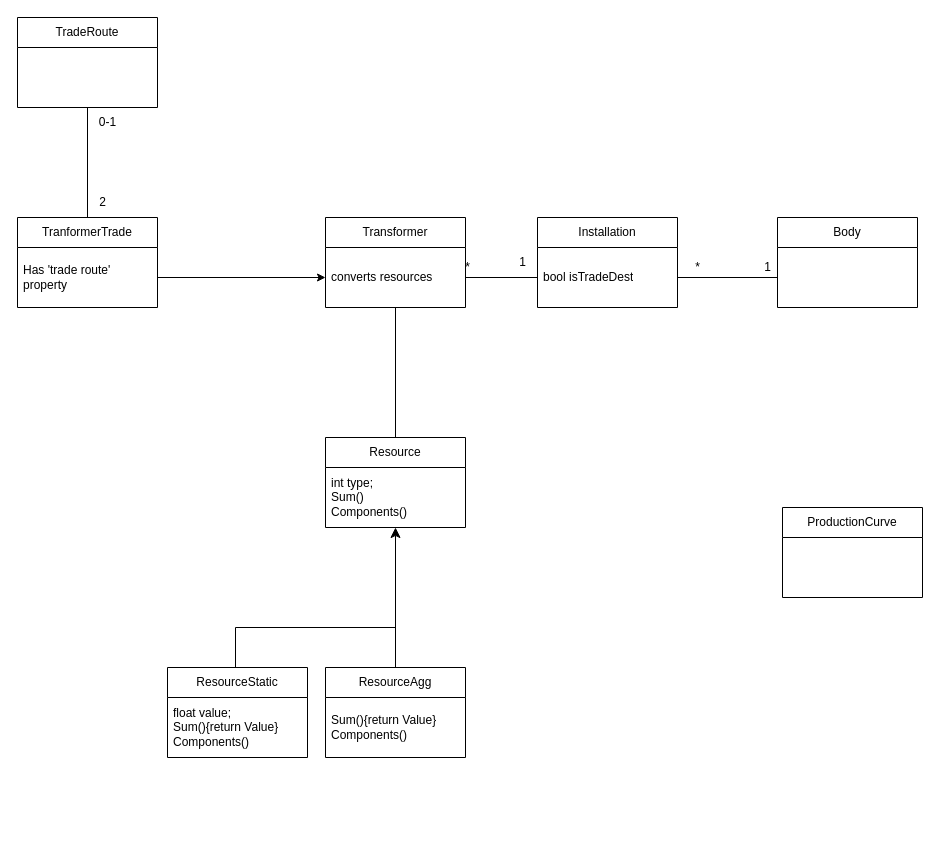
The draw.io diagram UML.drawio in CallumWalley/tradeTest, before the edit. Source tidied: cells renumbered, new cells numbered last; positions are measured from the earlier drawing's top-left corner, leaving out a move shared by most shapes. Both pictures are drawn from the tidied source at 100%, with x=0, y=0 at pixel (17, 17).
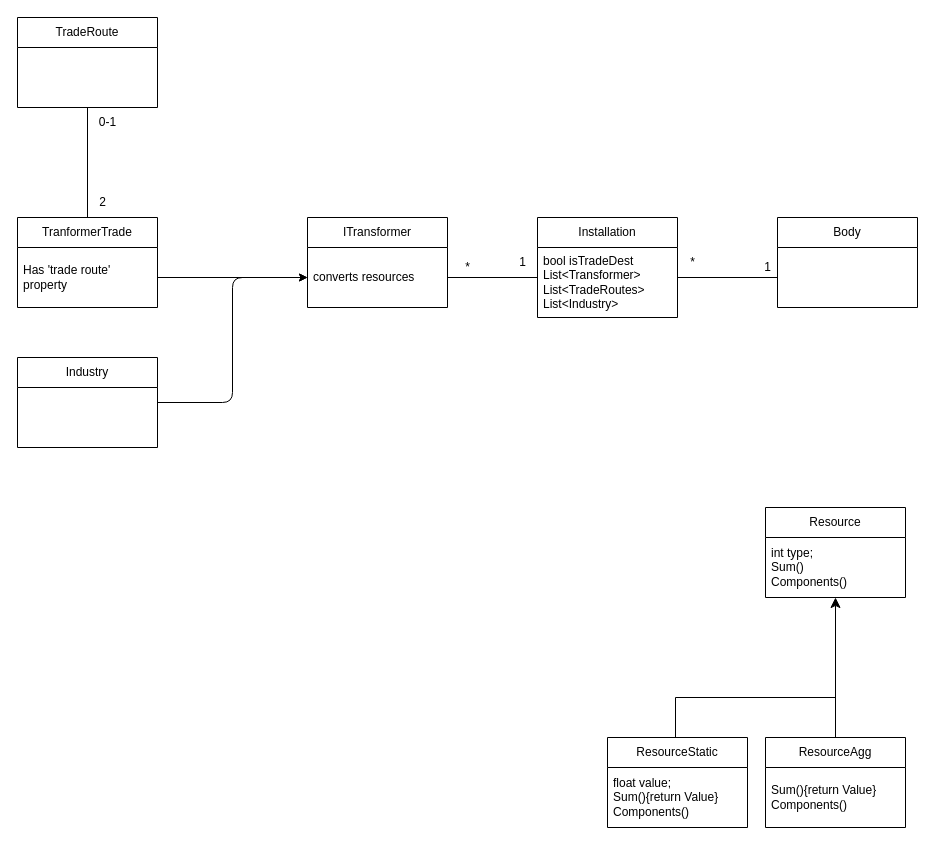
After the change.

Unchanged cells that the change refers to:
```xml
<mxCell id="17" value="converts resources" style="text;strokeColor=none;fillColor=none;align=left;verticalAlign=middle;spacingLeft=4;spacingRight=4;overflow=hidden;points=[[0,0.5],[1,0.5]];portConstraint=eastwest;whiteSpace=wrap;html=1;" parent="16" vertex="1">
  <mxGeometry y="30" width="140" height="60" as="geometry" />
</mxCell>
```

Change to the diagram source:
```diff
@@
-    <mxCell id="2" style="edgeStyle=none;html=1;exitX=0.5;exitY=0;exitDx=0;exitDy=0;endArrow=none;endFill=0;" parent="1" edge="1" source="3" target="17">
-      <mxGeometry relative="1" as="geometry" />
-    </mxCell>
     <mxCell id="3" value="Resource" style="swimlane;fontStyle=0;horizontal=1;startSize=30;whiteSpace=wrap;html=1;" parent="1" vertex="1">
-      <mxGeometry x="308" y="420" width="140" height="90" as="geometry" />
+      <mxGeometry x="748" y="490" width="140" height="90" as="geometry" />
     </mxCell>
@@
     <mxCell id="5" value="ResourceStatic" style="swimlane;fontStyle=0;horizontal=1;startSize=30;whiteSpace=wrap;html=1;" parent="1" vertex="1">
-      <mxGeometry x="150" y="650" width="140" height="90" as="geometry" />
+      <mxGeometry x="590" y="720" width="140" height="90" as="geometry" />
     </mxCell>
@@
     <mxCell id="7" value="ResourceAgg" style="swimlane;fontStyle=0;horizontal=1;startSize=30;whiteSpace=wrap;html=1;" parent="1" vertex="1">
-      <mxGeometry x="308" y="650" width="140" height="90" as="geometry" />
+      <mxGeometry x="748" y="720" width="140" height="90" as="geometry" />
     </mxCell>
@@
     <mxCell id="10" style="edgeStyle=elbowEdgeStyle;elbow=horizontal;endArrow=none;html=1;curved=0;rounded=0;endSize=8;startSize=8;exitX=0.5;exitY=0;exitDx=0;exitDy=0;endFill=0;" parent="1" edge="1" source="5">
       <mxGeometry relative="1" as="geometry">
-        <mxPoint x="378" y="610" as="targetPoint" />
+        <mxPoint x="818" y="680" as="targetPoint" />
         <Array as="points">
-          <mxPoint x="218" y="600" />
+          <mxPoint x="658" y="670" />
         </Array>
       </mxGeometry>
     </mxCell>
     <mxCell id="11" value="Installation" style="swimlane;fontStyle=0;horizontal=1;startSize=30;whiteSpace=wrap;html=1;" parent="1" vertex="1">
-      <mxGeometry x="520" y="200" width="140" height="90" as="geometry" />
+      <mxGeometry x="520" y="200" width="140" height="100" as="geometry" />
     </mxCell>
-    <mxCell id="12" value="bool isTradeDest" style="text;strokeColor=none;fillColor=none;align=left;verticalAlign=middle;spacingLeft=4;spacingRight=4;overflow=hidden;points=[[0,0.5],[1,0.5]];portConstraint=eastwest;whiteSpace=wrap;html=1;" parent="11" vertex="1">
-      <mxGeometry y="30" width="140" height="60" as="geometry" />
+    <mxCell id="12" value="bool isTradeDest&lt;br&gt;List&amp;lt;Transformer&amp;gt;&lt;br&gt;List&amp;lt;TradeRoutes&amp;gt;&lt;br&gt;List&amp;lt;Industry&amp;gt;" style="text;strokeColor=none;fillColor=none;align=left;verticalAlign=middle;spacingLeft=4;spacingRight=4;overflow=hidden;points=[[0,0.5],[1,0.5]];portConstraint=eastwest;whiteSpace=wrap;html=1;" parent="11" vertex="1">
+      <mxGeometry y="30" width="140" height="70" as="geometry" />
     </mxCell>
@@
-    <mxCell id="16" value="Transformer" style="swimlane;fontStyle=0;horizontal=1;startSize=30;whiteSpace=wrap;html=1;" parent="1" vertex="1">
-      <mxGeometry x="308" y="200" width="140" height="90" as="geometry" />
+    <mxCell id="16" value="ITransformer" style="swimlane;fontStyle=0;horizontal=1;startSize=30;whiteSpace=wrap;html=1;" parent="1" vertex="1">
+      <mxGeometry x="290" y="200" width="140" height="90" as="geometry" />
     </mxCell>
@@
-    <mxCell id="21" style="edgeStyle=none;html=1;exitX=1;exitY=0.5;exitDx=0;exitDy=0;startArrow=none;startFill=0;endArrow=none;endFill=0;" parent="1" edge="1" source="12">
+    <mxCell id="21" style="edgeStyle=none;html=1;startArrow=none;startFill=0;endArrow=none;endFill=0;" parent="1" edge="1">
       <mxGeometry relative="1" as="geometry">
+        <mxPoint x="660" y="260" as="sourcePoint" />
         <mxPoint x="760" y="260" as="targetPoint" />
       </mxGeometry>
     </mxCell>
@@
     <mxCell id="24" value="*" style="text;html=1;align=center;verticalAlign=middle;strokeColor=none;fillColor=none;" parent="1" vertex="1">
-      <mxGeometry x="665" y="235" width="30" height="30" as="geometry" />
+      <mxGeometry x="660" y="230" width="30" height="30" as="geometry" />
     </mxCell>
@@
-    <mxCell id="29" value="ProductionCurve" style="swimlane;fontStyle=0;horizontal=1;startSize=30;whiteSpace=wrap;html=1;" parent="1" vertex="1">
-      <mxGeometry x="765" y="490" width="140" height="90" as="geometry" />
-    </mxCell>
+    <mxCell id="30" style="edgeStyle=orthogonalEdgeStyle;html=1;exitX=1;exitY=0.5;exitDx=0;exitDy=0;entryX=0;entryY=0.5;entryDx=0;entryDy=0;" parent="1" edge="1" source="31" target="17">
+      <mxGeometry relative="1" as="geometry" />
+    </mxCell>
+    <mxCell id="31" value="Industry" style="swimlane;fontStyle=0;horizontal=1;startSize=30;whiteSpace=wrap;html=1;" parent="1" vertex="1">
+      <mxGeometry y="340" width="140" height="90" as="geometry" />
+    </mxCell>
```
